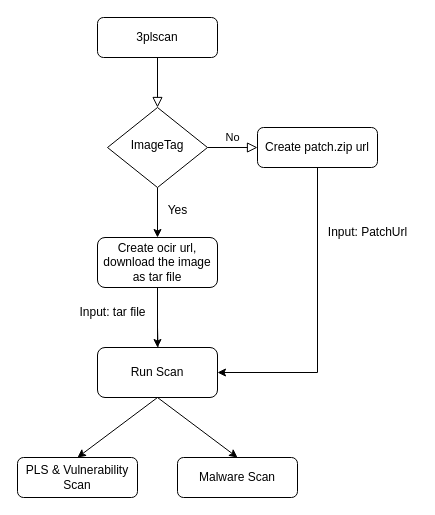
Earlier version of the draw.io diagram Untitled Diagram.drawio (sajella8/Microservice). Source tidied: cells renumbered, new cells numbered last; positions are measured from the earlier drawing's top-left corner, leaving out a move shared by most shapes. Both pictures are drawn from the tidied source at 100%, with x=0, y=0 at pixel (17, 17).
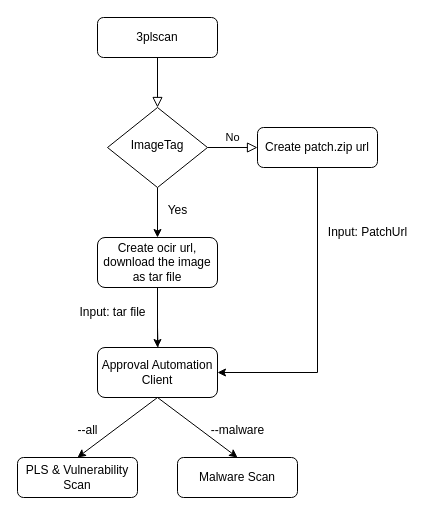
After the change.

Commit message:
Increased size

What changed in the source:
```diff
@@
-    <mxCell id="12" value="Run Scan" style="rounded=1;whiteSpace=wrap;html=1;fontSize=12;glass=0;strokeWidth=1;shadow=0;" parent="1" vertex="1">
+    <mxCell id="12" value="Approval Automation Client" style="rounded=1;whiteSpace=wrap;html=1;fontSize=12;glass=0;strokeWidth=1;shadow=0;" parent="1" vertex="1">
       <mxGeometry x="80" y="330" width="120" height="50" as="geometry" />
     </mxCell>
@@
+    <mxCell id="20" value="--all" style="text;html=1;align=center;verticalAlign=middle;strokeColor=none;fillColor=none;" parent="1" vertex="1">
+      <mxGeometry x="50" y="398" width="40" height="30" as="geometry" />
+    </mxCell>
+    <mxCell id="21" value="--malware" style="text;html=1;align=center;verticalAlign=middle;strokeColor=none;fillColor=none;" parent="1" vertex="1">
+      <mxGeometry x="180" y="398" width="80" height="30" as="geometry" />
+    </mxCell>
```
